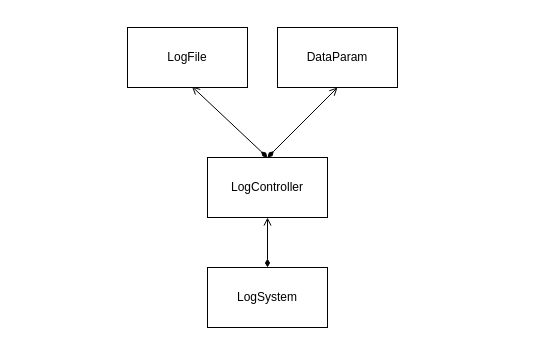
Before: doc/wopes.drawio in Hoemu/wopes, a draw.io diagram. Source tidied: cells renumbered, new cells numbered last; positions are measured from the earlier drawing's top-left corner, leaving out a move shared by most shapes. Both pictures are drawn from the tidied source at 100%, with x=0, y=0 at pixel (127, 27).
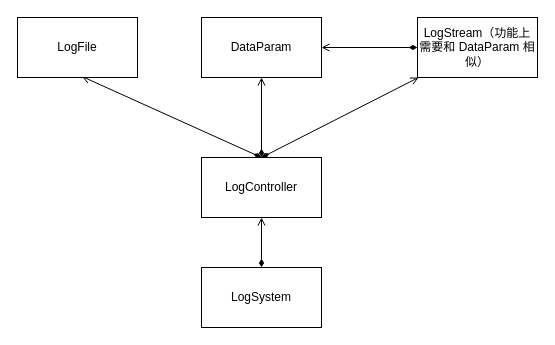
The same diagram, later.

What changed in the source:
```diff
@@
 <mxGraphModel>
   <root>
     <mxCell id="0" />
     <mxCell id="1" parent="0" />
     <mxCell id="2" value="DataParam" style="rounded=0;whiteSpace=wrap;html=1;" parent="1" vertex="1">
-      <mxGeometry x="150" width="120" height="60" as="geometry" />
+      <mxGeometry x="74" y="-10" width="120" height="60" as="geometry" />
     </mxCell>
     <mxCell id="3" style="rounded=0;jettySize=auto;html=1;entryX=0.5;entryY=1;entryDx=0;entryDy=0;startArrow=diamondThin;startFill=1;endArrow=open;endFill=0;exitX=0.5;exitY=0;exitDx=0;exitDy=0;" parent="1" edge="1" source="5" target="2">
       <mxGeometry relative="1" as="geometry" />
     </mxCell>
     <mxCell id="4" style="rounded=0;jettySize=auto;html=1;startArrow=diamondThin;startFill=1;endArrow=open;endFill=0;exitX=0.5;exitY=0;exitDx=0;exitDy=0;entryX=0.537;entryY=0.983;entryDx=0;entryDy=0;entryPerimeter=0;exitPerimeter=0;" parent="1" edge="1" source="5" target="6">
       <mxGeometry relative="1" as="geometry" />
     </mxCell>
+    <mxCell id="9" style="rounded=0;jettySize=auto;html=1;startArrow=diamondThin;startFill=1;endArrow=open;endFill=0;exitX=0.5;exitY=0;exitDx=0;exitDy=0;" parent="1" edge="1" source="5" target="11">
+      <mxGeometry relative="1" as="geometry" />
+    </mxCell>
     <mxCell id="5" value="LogController" style="whiteSpace=wrap;html=1;rounded=0;" parent="1" vertex="1">
-      <mxGeometry x="80" y="130" width="120" height="60" as="geometry" />
+      <mxGeometry x="74" y="130" width="120" height="60" as="geometry" />
     </mxCell>
     <mxCell id="6" value="LogFile" style="whiteSpace=wrap;html=1;rounded=0;" parent="1" vertex="1">
-      <mxGeometry width="120" height="60" as="geometry" />
+      <mxGeometry x="-110" y="-10" width="120" height="60" as="geometry" />
     </mxCell>
     <mxCell id="7" style="rounded=0;jettySize=auto;html=1;entryX=0.5;entryY=1;entryDx=0;entryDy=0;startArrow=diamondThin;startFill=1;endArrow=open;endFill=0;exitX=0.5;exitY=0;exitDx=0;exitDy=0;" parent="1" edge="1" source="8" target="5">
       <mxGeometry relative="1" as="geometry" />
     </mxCell>
     <mxCell id="8" value="LogSystem" style="whiteSpace=wrap;html=1;rounded=0;" parent="1" vertex="1">
-      <mxGeometry x="80" y="240" width="120" height="60" as="geometry" />
+      <mxGeometry x="74" y="240" width="120" height="60" as="geometry" />
     </mxCell>
+    <mxCell id="10" style="rounded=0;jettySize=auto;html=1;entryX=1;entryY=0.5;entryDx=0;entryDy=0;startArrow=diamondThin;startFill=1;endArrow=open;endFill=0;" parent="1" edge="1" source="11" target="2">
+      <mxGeometry relative="1" as="geometry" />
+    </mxCell>
+    <mxCell id="11" value="LogStream（功能上需要和 DataParam 相似）" style="whiteSpace=wrap;html=1;rounded=0;" parent="1" vertex="1">
+      <mxGeometry x="290" y="-10" width="120" height="60" as="geometry" />
+    </mxCell>
   </root>
 </mxGraphModel>
```
